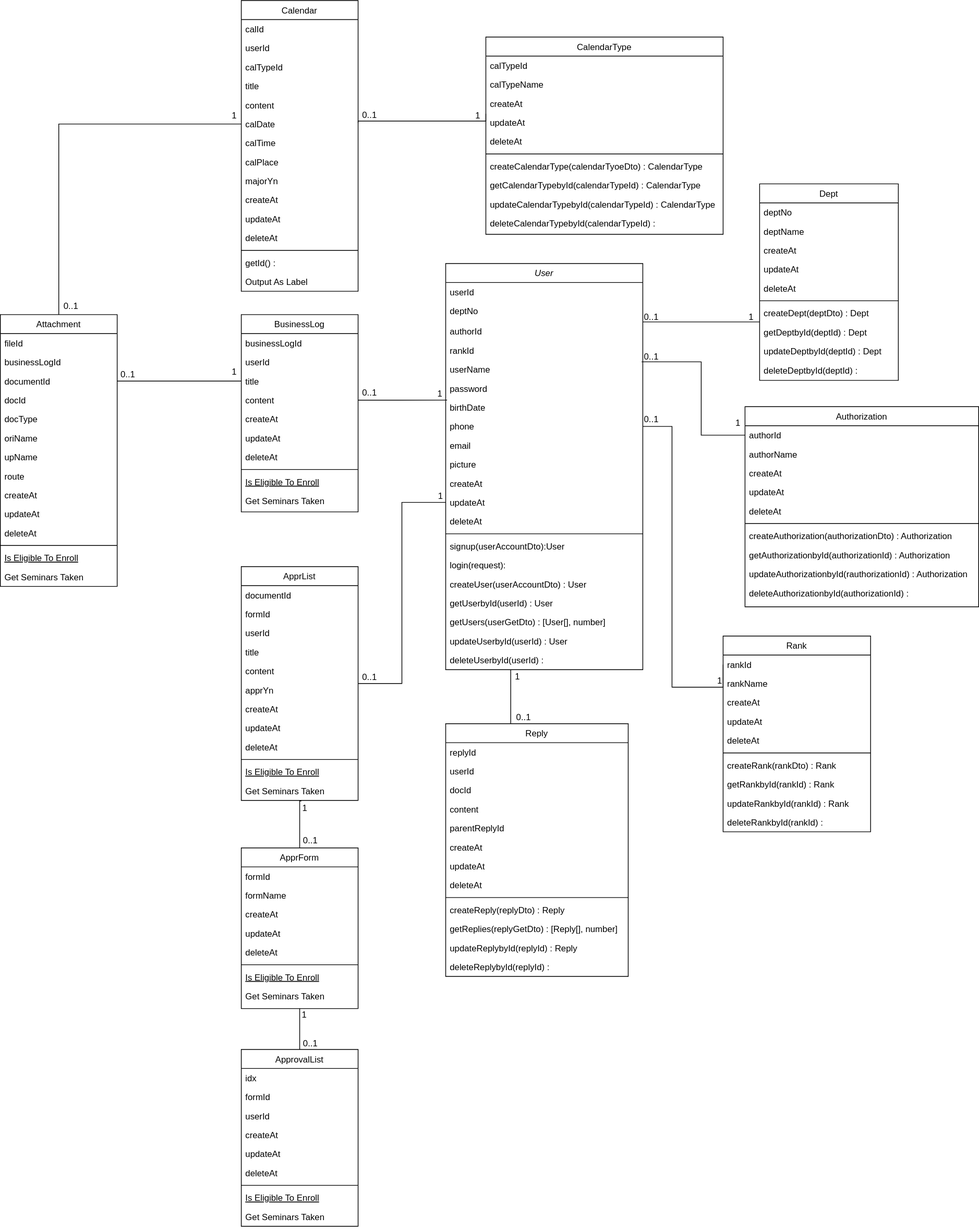
Earlier version of the draw.io export files/class-diagram.svg (pjiyun123/mmp-groupware-project). Source tidied: cells renumbered, new cells last; positions are measured from the earlier drawing's top-left corner, leaving out a move shared by most shapes.
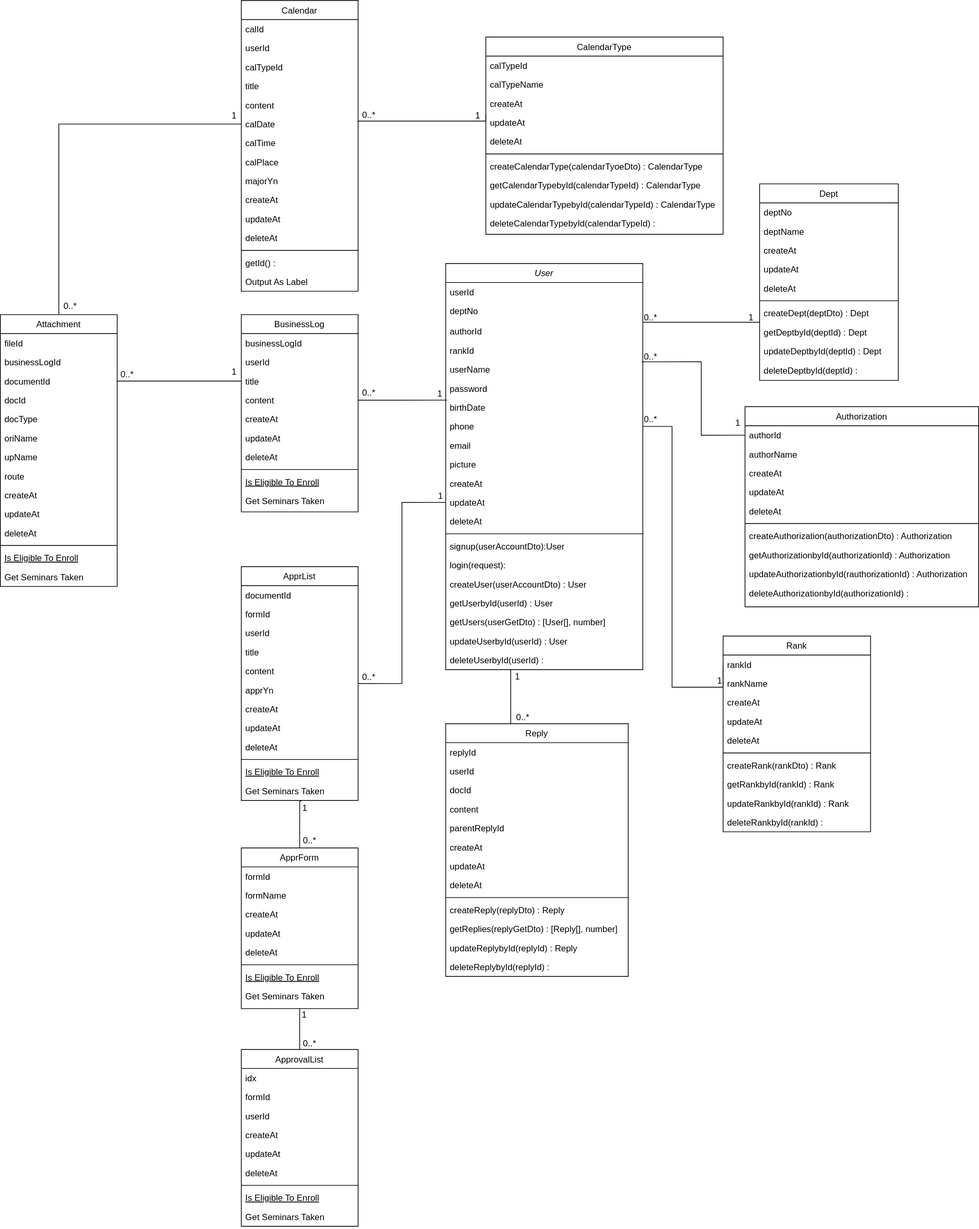
Above is the later version.

Diff of the diagram source:
```diff
@@ -155,7 +155,7 @@
         <mxPoint x="-40" y="32" as="offset" />
       </mxGeometry>
     </mxCell>
-    <mxCell id="51" value="0..1" style="align=left;verticalAlign=bottom;labelBackgroundColor=none;fontSize=12;" parent="50" vertex="1">
+    <mxCell id="51" value="0..*" style="align=left;verticalAlign=bottom;labelBackgroundColor=none;fontSize=12;" parent="50" vertex="1">
       <mxGeometry x="-1" relative="1" as="geometry">
         <mxPoint y="2" as="offset" />
       </mxGeometry>
@@ -198,7 +198,7 @@
     <mxCell id="63" value="deleteAuthorizationbyId(authorizationId) : " style="text;align=left;verticalAlign=top;spacingLeft=4;spacingRight=4;overflow=hidden;" parent="53" vertex="1">
       <mxGeometry y="242" width="320" height="26" as="geometry" />
     </mxCell>
-    <mxCell id="64" value="0..1" style="align=left;verticalAlign=bottom;labelBackgroundColor=none;fontSize=12;" parent="1" vertex="1">
+    <mxCell id="64" value="0..*" style="align=left;verticalAlign=bottom;labelBackgroundColor=none;fontSize=12;" parent="1" vertex="1">
       <mxGeometry x="880" y="496" as="geometry" />
     </mxCell>
     <mxCell id="65" value="1" style="align=right;verticalAlign=bottom;labelBackgroundColor=none;fontSize=12;" parent="1" vertex="1">
@@ -259,10 +259,10 @@
     <mxCell id="79" value="1" style="align=right;verticalAlign=bottom;labelBackgroundColor=none;fontSize=12;" parent="1" vertex="1">
       <mxGeometry x="990" y="940" as="geometry" />
     </mxCell>
-    <mxCell id="80" value="0..1" style="align=left;verticalAlign=bottom;labelBackgroundColor=none;fontSize=12;" parent="1" vertex="1">
+    <mxCell id="80" value="0..*" style="align=left;verticalAlign=bottom;labelBackgroundColor=none;fontSize=12;" parent="1" vertex="1">
       <mxGeometry x="880" y="582" as="geometry" />
     </mxCell>
-    <mxCell id="81" value="0..1" style="align=left;verticalAlign=bottom;labelBackgroundColor=none;fontSize=12;" parent="1" vertex="1">
+    <mxCell id="81" value="0..*" style="align=left;verticalAlign=bottom;labelBackgroundColor=none;fontSize=12;" parent="1" vertex="1">
       <mxGeometry x="705" y="990" as="geometry" />
     </mxCell>
     <mxCell id="82" value="1" style="align=right;verticalAlign=bottom;labelBackgroundColor=none;fontSize=12;" parent="1" vertex="1">
@@ -364,7 +364,7 @@
         <mxPoint x="-303" y="-242" as="offset" />
       </mxGeometry>
     </mxCell>
-    <mxCell id="112" value="0..1" style="align=left;verticalAlign=bottom;labelBackgroundColor=none;fontSize=12;" parent="1" vertex="1">
+    <mxCell id="112" value="0..*" style="align=left;verticalAlign=bottom;labelBackgroundColor=none;fontSize=12;" parent="1" vertex="1">
       <mxGeometry x="494" y="165" as="geometry" />
     </mxCell>
     <mxCell id="113" value="BusinessLog" style="swimlane;fontStyle=0;align=center;verticalAlign=top;horizontal=1;startSize=26;rounded=0;shadow=0;strokeWidth=1;" parent="1" vertex="1">
@@ -403,7 +403,7 @@
     <mxCell id="124" style="edgeStyle=orthogonalEdgeStyle;rounded=0;jettySize=auto;html=1;exitX=1;exitY=0.5;exitDx=0;exitDy=0;entryX=0.007;entryY=1.115;entryDx=0;entryDy=0;entryPerimeter=0;endArrow=none;endFill=0;" parent="1" edge="1" source="117" target="8">
       <mxGeometry relative="1" as="geometry" />
     </mxCell>
-    <mxCell id="125" value="0..1" style="align=left;verticalAlign=bottom;labelBackgroundColor=none;fontSize=12;" parent="1" vertex="1">
+    <mxCell id="125" value="0..*" style="align=left;verticalAlign=bottom;labelBackgroundColor=none;fontSize=12;" parent="1" vertex="1">
       <mxGeometry x="494" y="545" as="geometry" />
     </mxCell>
     <mxCell id="126" value="1" style="align=left;verticalAlign=bottom;labelBackgroundColor=none;fontSize=12;" parent="1" vertex="1">
@@ -453,7 +453,7 @@
     <mxCell id="140" style="edgeStyle=orthogonalEdgeStyle;rounded=0;jettySize=auto;html=1;exitX=0;exitY=0.5;exitDx=0;exitDy=0;entryX=1;entryY=0.5;entryDx=0;entryDy=0;endArrow=none;endFill=0;" parent="1" edge="1" source="14" target="127">
       <mxGeometry relative="1" as="geometry" />
     </mxCell>
-    <mxCell id="141" value="0..1" style="align=left;verticalAlign=bottom;labelBackgroundColor=none;fontSize=12;" parent="1" vertex="1">
+    <mxCell id="141" value="0..*" style="align=left;verticalAlign=bottom;labelBackgroundColor=none;fontSize=12;direction=south;" parent="1" vertex="1">
       <mxGeometry x="494" y="935" as="geometry" />
     </mxCell>
     <mxCell id="142" value="1" style="align=left;verticalAlign=bottom;labelBackgroundColor=none;fontSize=12;" parent="1" vertex="1">
@@ -512,12 +512,12 @@
     <mxCell id="159" style="edgeStyle=orthogonalEdgeStyle;rounded=0;jettySize=auto;html=1;exitX=0;exitY=0.5;exitDx=0;exitDy=0;endArrow=none;endFill=0;" parent="1" edge="1" source="100" target="143">
       <mxGeometry relative="1" as="geometry" />
     </mxCell>
-    <mxCell id="160" value="0..1" style="align=left;verticalAlign=bottom;labelBackgroundColor=none;fontSize=12;" parent="1" vertex="1">
+    <mxCell id="160" value="0..*" style="align=left;verticalAlign=bottom;labelBackgroundColor=none;fontSize=12;" parent="1" vertex="1">
       <mxGeometry x="250" y="270" as="geometry">
         <mxPoint x="-165" y="157" as="offset" />
       </mxGeometry>
     </mxCell>
-    <mxCell id="161" value="0..1" style="align=left;verticalAlign=bottom;labelBackgroundColor=none;fontSize=12;" parent="1" vertex="1">
+    <mxCell id="161" value="0..*" style="align=left;verticalAlign=bottom;labelBackgroundColor=none;fontSize=12;" parent="1" vertex="1">
       <mxGeometry x="328" y="363" as="geometry">
         <mxPoint x="-165" y="157" as="offset" />
       </mxGeometry>
@@ -569,7 +569,7 @@
     <mxCell id="174" value="Get Seminars Taken" style="text;align=left;verticalAlign=top;spacingLeft=4;spacingRight=4;overflow=hidden;" parent="166" vertex="1">
       <mxGeometry y="190" width="160" height="26" as="geometry" />
     </mxCell>
-    <mxCell id="175" value="0..1" style="align=left;verticalAlign=bottom;labelBackgroundColor=none;fontSize=12;" parent="1" vertex="1">
+    <mxCell id="175" value="0..*" style="align=left;verticalAlign=bottom;labelBackgroundColor=none;fontSize=12;" parent="1" vertex="1">
       <mxGeometry x="413" y="1158" as="geometry" />
     </mxCell>
     <mxCell id="176" value="1" style="align=left;verticalAlign=bottom;labelBackgroundColor=none;fontSize=12;" parent="1" vertex="1">
@@ -607,7 +607,7 @@
     <mxCell id="186" value="Get Seminars Taken" style="text;align=left;verticalAlign=top;spacingLeft=4;spacingRight=4;overflow=hidden;" parent="177" vertex="1">
       <mxGeometry y="216" width="160" height="26" as="geometry" />
     </mxCell>
-    <mxCell id="187" value="0..1" style="align=left;verticalAlign=bottom;labelBackgroundColor=none;fontSize=12;" parent="1" vertex="1">
+    <mxCell id="187" value="0..*" style="align=left;verticalAlign=bottom;labelBackgroundColor=none;fontSize=12;" parent="1" vertex="1">
       <mxGeometry x="413" y="1436" as="geometry" />
     </mxCell>
     <mxCell id="188" value="1" style="align=right;verticalAlign=bottom;labelBackgroundColor=none;fontSize=12;" parent="1" vertex="1">
```
